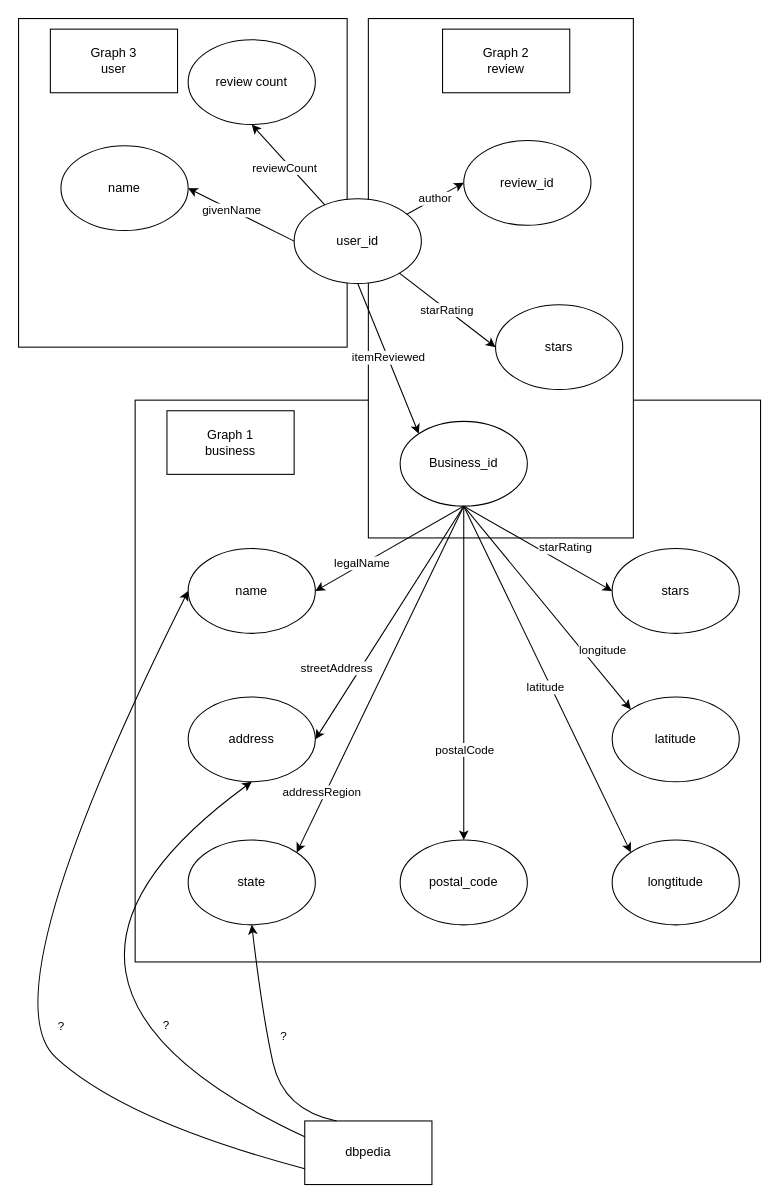
AAU-WebDataScience/F22-DV4-03 keeps this draw.io diagram as schema mapping/first version.drawio. Above is the earlier version. Source tidied: cells renumbered, new cells numbered last; positions are measured from the earlier drawing's top-left corner, leaving out a move shared by most shapes. Both pictures are drawn from the tidied source at 106%, with x=0, y=0 at pixel (-24, 18).
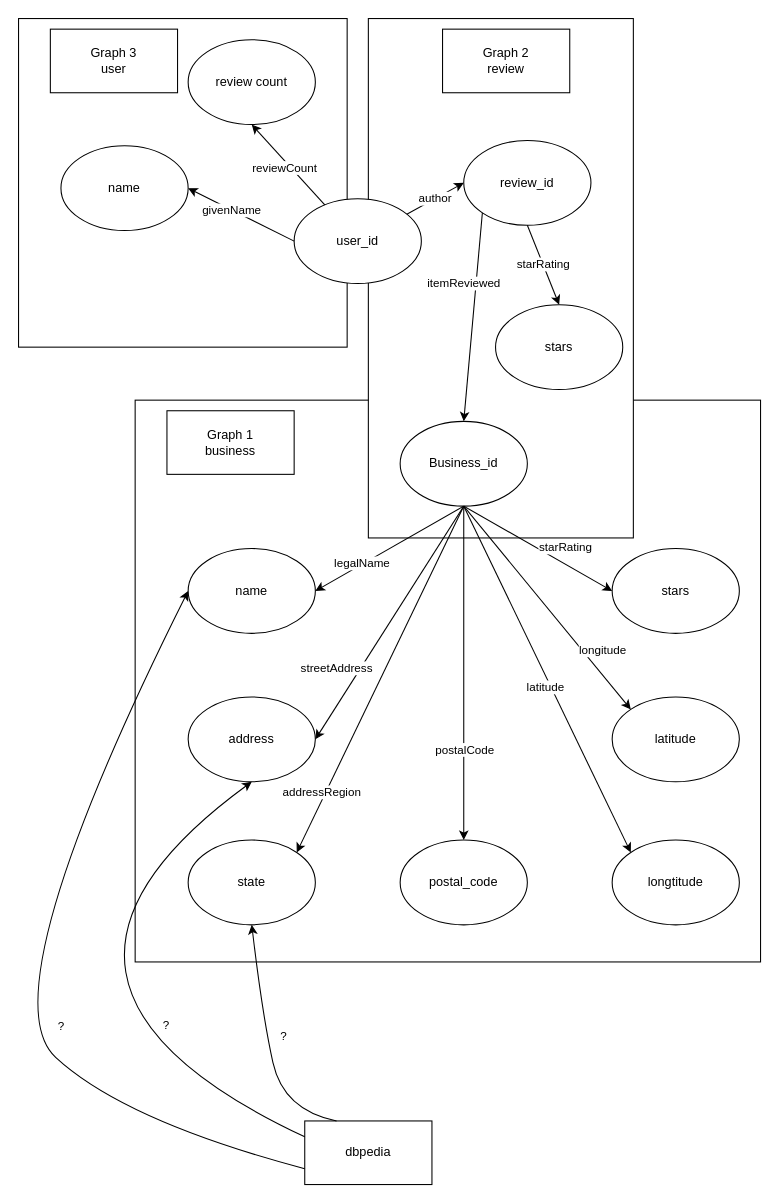
The same page after the edit.

Unchanged cells that the change refers to:
```xml
<mxCell id="5" value="Business_id" style="ellipse;whiteSpace=wrap;html=1;" parent="1" vertex="1">
  <mxGeometry x="400" y="380" width="120" height="80" as="geometry" />
</mxCell>
<mxCell id="24" value="user_id" style="ellipse;whiteSpace=wrap;html=1;" parent="1" vertex="1">
  <mxGeometry x="300" y="170" width="120" height="80" as="geometry" />
</mxCell>
<mxCell id="25" value="review_id" style="ellipse;whiteSpace=wrap;html=1;" parent="1" vertex="1">
  <mxGeometry x="460" y="115" width="120" height="80" as="geometry" />
</mxCell>
<mxCell id="26" value="stars" style="ellipse;whiteSpace=wrap;html=1;" parent="1" vertex="1">
  <mxGeometry x="490" y="270" width="120" height="80" as="geometry" />
</mxCell>
```

The edit, as a diff of the source:
```diff
@@
-    <mxCell id="27" value="itemReviewed" style="endArrow=classic;html=1;rounded=0;exitX=0.5;exitY=1;exitDx=0;exitDy=0;entryX=0;entryY=0;entryDx=0;entryDy=0;" parent="1" edge="1" source="24" target="5">
-      <mxGeometry relative="1" as="geometry" />
+    <mxCell id="27" value="itemReviewed" style="endArrow=classic;html=1;rounded=0;entryX=0.5;entryY=0;entryDx=0;entryDy=0;exitX=0;exitY=1;exitDx=0;exitDy=0;" parent="1" edge="1" source="25" target="5">
+      <mxGeometry x="-0.31" y="-12" relative="1" as="geometry" />
     </mxCell>
@@
-    <mxCell id="29" value="starRating" style="endArrow=classic;html=1;rounded=0;entryX=0;entryY=0.5;entryDx=0;entryDy=0;" parent="1" edge="1" source="24" target="26">
+    <mxCell id="29" value="starRating" style="endArrow=classic;html=1;rounded=0;entryX=0.5;entryY=0;entryDx=0;entryDy=0;exitX=0.5;exitY=1;exitDx=0;exitDy=0;" parent="1" edge="1" source="25" target="26">
       <mxGeometry relative="1" as="geometry" />
     </mxCell>
```
